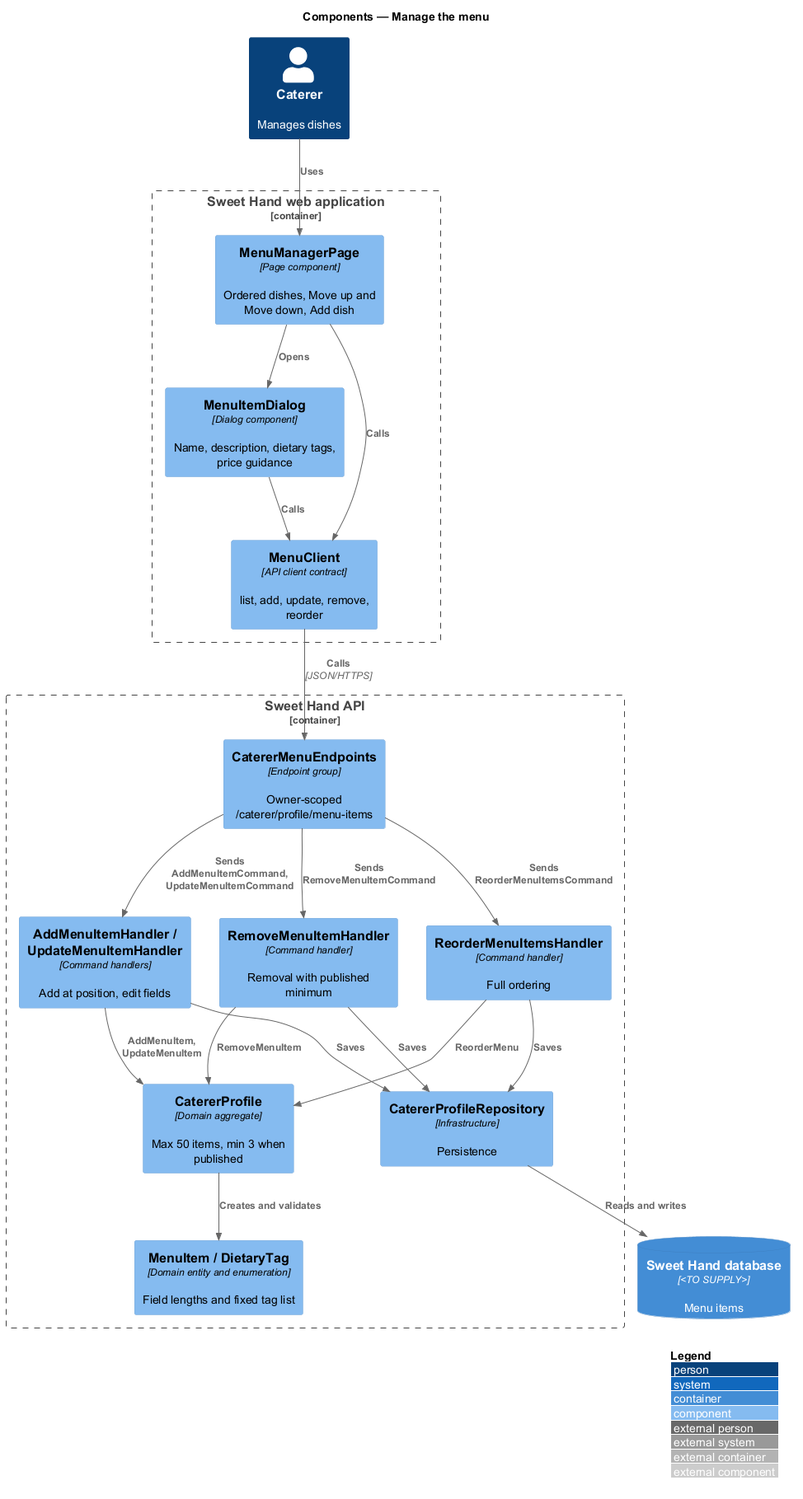
The PlantUML diagram docs/detailed-designs/caterer-profiles/manage-menu/diagrams/c4-component.png in QuinntyneBrown/sweet-hand, before a commit.
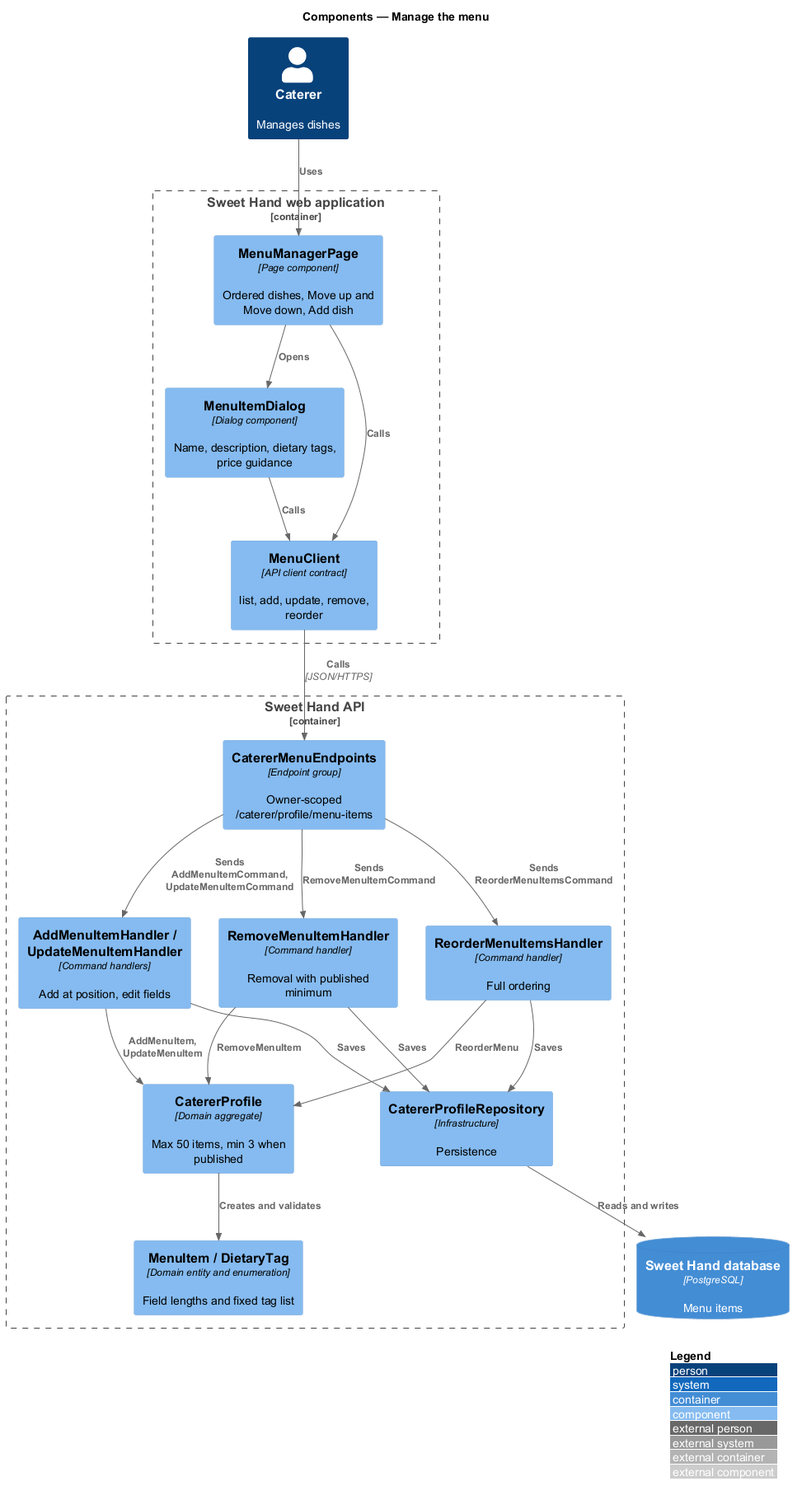
After the commit.

Change to the diagram source:
```diff
@@ -18,7 +18,7 @@
   Component(item, "MenuItem / DietaryTag", "Domain entity and enumeration", "Field lengths and fixed tag list")
   Component(repo, "CatererProfileRepository", "Infrastructure", "Persistence")
 }
-ContainerDb(db, "Sweet Hand database", "<TO SUPPLY>", "Menu items")
+ContainerDb(db, "Sweet Hand database", "PostgreSQL", "Menu items")
 
 Rel(caterer, page, "Uses")
 Rel(page, dialog, "Opens")
```
